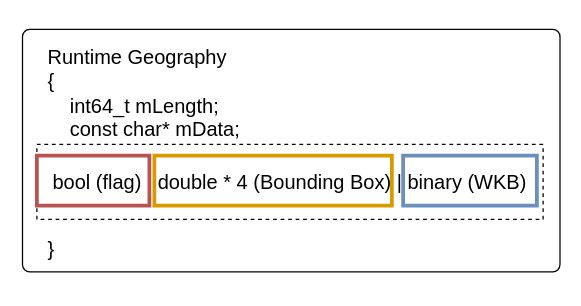
Before: page "Page-5" (5 of 13) of geofuncs.drawio in shinyano/drawio, a draw.io diagram. Source tidied: cells renumbered, new cells numbered last; positions are measured from the earlier drawing's top-left corner, leaving out a move shared by most shapes. Both pictures are drawn from the tidied source at 125%, with x=0, y=0 at pixel (21, 29).
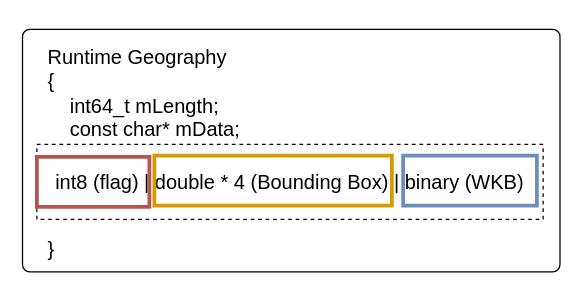
After the change.

Change to the diagram source:
```diff
@@
 <mxGraphModel>
   <root>
     <mxCell id="0" />
     <mxCell id="1" parent="0" />
     <mxCell id="2" value="&lt;div&gt;&lt;br&gt;&lt;/div&gt;&lt;div&gt;Runtime Geography&lt;br&gt;&lt;/div&gt;&lt;div&gt;&lt;font&gt;{&lt;/font&gt;&lt;/div&gt;&lt;div&gt;&amp;nbsp; &amp;nbsp; &lt;font&gt;&lt;span style=&quot;white-space: pre;&quot;&gt;int64_t mLength;&lt;br&gt;    const char* mData;&lt;/span&gt;&lt;/font&gt;&lt;/div&gt;&lt;div&gt;&lt;font&gt;&lt;span style=&quot;white-space: pre;&quot;&gt;&lt;br&gt;&lt;/span&gt;&lt;/font&gt;&lt;/div&gt;&lt;div&gt;&lt;font&gt;&lt;span style=&quot;white-space: pre;&quot;&gt;&lt;br&gt;&lt;/span&gt;&lt;/font&gt;&lt;/div&gt;&lt;div&gt;&lt;br&gt;&lt;/div&gt;&lt;div&gt;&lt;br&gt;&lt;/div&gt;&lt;div&gt;&lt;font&gt;}&lt;/font&gt;&lt;/div&gt;&lt;div&gt;&lt;font&gt;&lt;div&gt;&lt;br&gt;&lt;/div&gt;&lt;/font&gt;&lt;/div&gt;" style="rounded=1;whiteSpace=wrap;html=1;fontSize=16;spacing=0;verticalAlign=top;align=left;spacingTop=-11;spacingLeft=20;gradientColor=none;glass=0;arcSize=3;fillColor=light-dark(#ffffff, #ededed);" parent="1" vertex="1">
       <mxGeometry x="0.5" width="430" height="194" as="geometry" />
     </mxCell>
-    <mxCell id="3" value="bool (flag) | double * 4 (Bounding Box) | binary (WKB)" style="rounded=0;whiteSpace=wrap;html=1;dashed=1;fontSize=16;" parent="1" vertex="1">
+    <mxCell id="3" value="int8 (flag) | double * 4 (Bounding Box) | binary (WKB)" style="rounded=0;whiteSpace=wrap;html=1;dashed=1;fontSize=16;" parent="1" vertex="1">
       <mxGeometry x="12" y="92" width="405" height="60" as="geometry" />
     </mxCell>
     <mxCell id="4" style="rounded=0;whiteSpace=wrap;html=1;fillColor=none;strokeColor=#b85450;strokeWidth=3;" parent="1" vertex="1">
-      <mxGeometry x="12" y="101" width="90" height="40" as="geometry" />
+      <mxGeometry x="12" y="102" width="90" height="40" as="geometry" />
     </mxCell>
     <mxCell id="5" style="rounded=0;whiteSpace=wrap;html=1;fillColor=none;strokeColor=#d79b00;strokeWidth=3;" parent="1" vertex="1">
       <mxGeometry x="106" y="101" width="190" height="40" as="geometry" />
     </mxCell>
     <mxCell id="6" style="rounded=0;whiteSpace=wrap;html=1;fillColor=none;strokeColor=#6c8ebf;strokeWidth=3;" parent="1" vertex="1">
       <mxGeometry x="305" y="101" width="107" height="40" as="geometry" />
     </mxCell>
   </root>
 </mxGraphModel>
```
